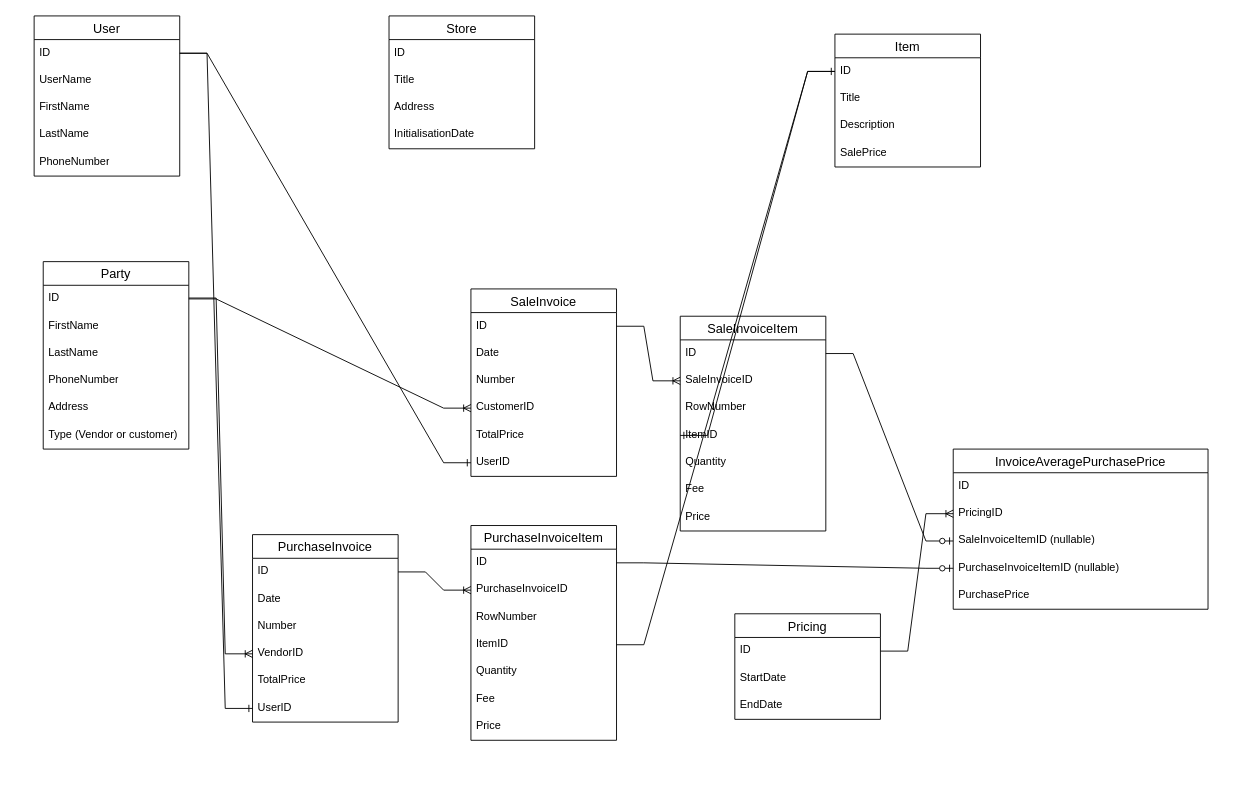
This is docs/erd.drawio from POSCrew/pos, a draw.io file, before an edit. Source tidied: cells renumbered, new cells numbered last; positions are measured from the earlier drawing's top-left corner, leaving out a move shared by most shapes. Both pictures are drawn from the tidied source at 91%, with x=0, y=0 at pixel (-139, 15).
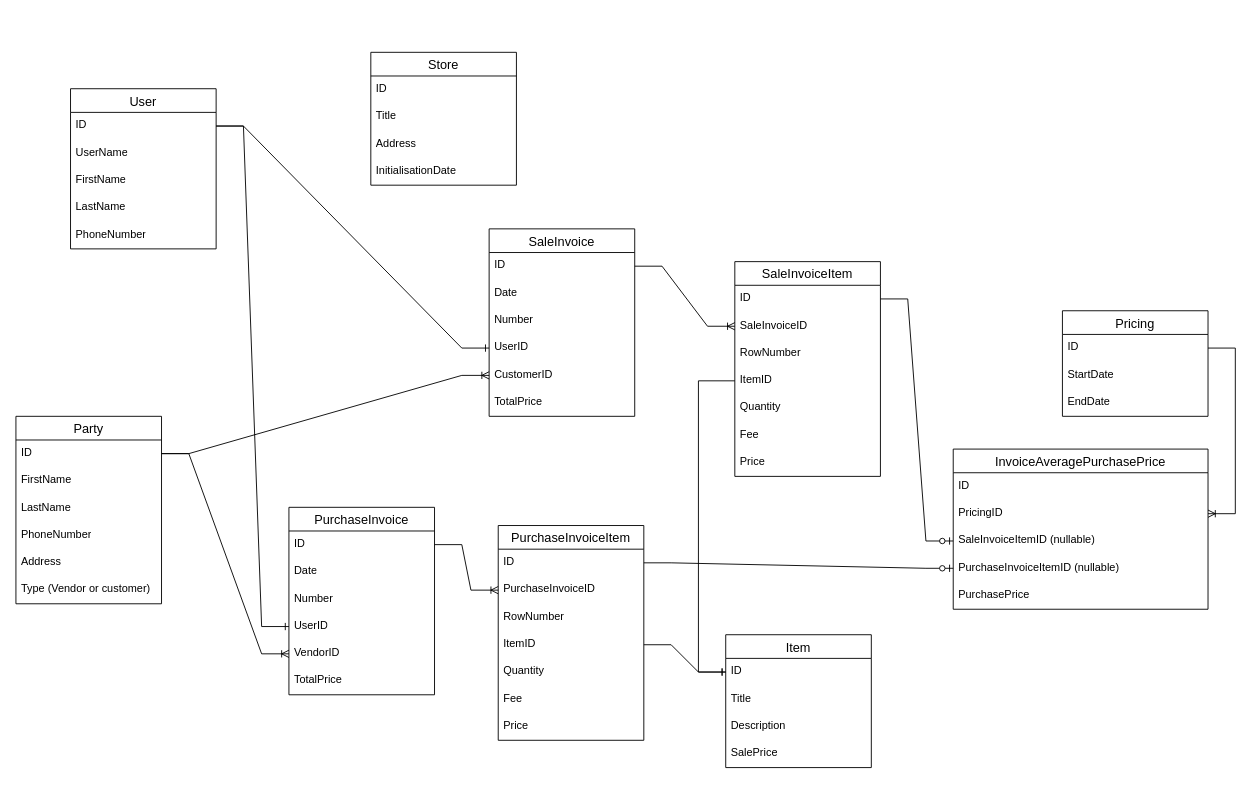
After the change.

Unchanged cells that the change refers to:
```xml
<mxCell id="14" value="ID" style="text;strokeColor=none;fillColor=none;spacingLeft=4;spacingRight=4;overflow=hidden;points=[[0,0.5],[1,0.5]];portConstraint=eastwest;fontSize=12;whiteSpace=wrap;html=1;" parent="13" vertex="1">
  <mxGeometry y="26" width="160" height="30" as="geometry" />
</mxCell>
<mxCell id="21" value="ID" style="text;strokeColor=none;fillColor=none;spacingLeft=4;spacingRight=4;overflow=hidden;points=[[0,0.5],[1,0.5]];portConstraint=eastwest;fontSize=12;whiteSpace=wrap;html=1;" parent="20" vertex="1">
  <mxGeometry y="26" width="160" height="30" as="geometry" />
</mxCell>
<mxCell id="36" value="ItemID" style="text;strokeColor=none;fillColor=none;spacingLeft=4;spacingRight=4;overflow=hidden;points=[[0,0.5],[1,0.5]];portConstraint=eastwest;fontSize=12;whiteSpace=wrap;html=1;" parent="32" vertex="1">
  <mxGeometry y="116" width="160" height="30" as="geometry" />
</mxCell>
<mxCell id="56" value="ID" style="text;strokeColor=none;fillColor=none;spacingLeft=4;spacingRight=4;overflow=hidden;points=[[0,0.5],[1,0.5]];portConstraint=eastwest;fontSize=12;whiteSpace=wrap;html=1;" parent="55" vertex="1">
  <mxGeometry y="26" width="160" height="30" as="geometry" />
</mxCell>
<mxCell id="61" value="PricingID" style="text;strokeColor=none;fillColor=none;spacingLeft=4;spacingRight=4;overflow=hidden;points=[[0,0.5],[1,0.5]];portConstraint=eastwest;fontSize=12;whiteSpace=wrap;html=1;" parent="59" vertex="1">
  <mxGeometry y="56" width="280" height="30" as="geometry" />
</mxCell>
```

The edit, as a diff of the source:
```diff
@@
     <mxCell id="2" value="User" style="swimlane;fontStyle=0;horizontal=1;startSize=26;align=center;fontSize=14;" parent="1" vertex="1">
-      <mxGeometry x="190" width="160" height="176" as="geometry" />
+      <mxGeometry x="230" y="80" width="160" height="176" as="geometry" />
     </mxCell>
@@
     <mxCell id="8" value="Store" style="swimlane;fontStyle=0;horizontal=1;startSize=26;align=center;fontSize=14;" parent="1" vertex="1">
-      <mxGeometry x="580" width="160" height="146" as="geometry" />
+      <mxGeometry x="560" y="40" width="160" height="146" as="geometry" />
     </mxCell>
@@
     <mxCell id="13" value="Party" style="swimlane;fontStyle=0;horizontal=1;startSize=26;align=center;fontSize=14;" parent="1" vertex="1">
-      <mxGeometry x="200" y="270" width="160" height="206" as="geometry" />
+      <mxGeometry x="170" y="440" width="160" height="206" as="geometry" />
     </mxCell>
@@
     <mxCell id="20" value="Item" style="swimlane;fontStyle=0;horizontal=1;startSize=26;align=center;fontSize=14;" parent="1" vertex="1">
-      <mxGeometry x="1070" y="20" width="160" height="146" as="geometry" />
+      <mxGeometry x="950" y="680" width="160" height="146" as="geometry" />
     </mxCell>
@@
     <mxCell id="25" value="SaleInvoice" style="swimlane;fontStyle=0;horizontal=1;startSize=26;align=center;fontSize=14;" parent="1" vertex="1">
-      <mxGeometry x="670" y="300" width="160" height="206" as="geometry" />
+      <mxGeometry x="690" y="234" width="160" height="206" as="geometry" />
     </mxCell>
@@
+    <mxCell id="31" value="UserID" style="text;strokeColor=none;fillColor=none;spacingLeft=4;spacingRight=4;overflow=hidden;points=[[0,0.5],[1,0.5]];portConstraint=eastwest;fontSize=12;whiteSpace=wrap;html=1;" parent="25" vertex="1">
+      <mxGeometry y="116" width="160" height="30" as="geometry" />
+    </mxCell>
     <mxCell id="29" value="CustomerID" style="text;strokeColor=none;fillColor=none;spacingLeft=4;spacingRight=4;overflow=hidden;points=[[0,0.5],[1,0.5]];portConstraint=eastwest;fontSize=12;whiteSpace=wrap;html=1;" parent="25" vertex="1">
-      <mxGeometry y="116" width="160" height="30" as="geometry" />
+      <mxGeometry y="146" width="160" height="30" as="geometry" />
     </mxCell>
     <mxCell id="30" value="TotalPrice" style="text;strokeColor=none;fillColor=none;spacingLeft=4;spacingRight=4;overflow=hidden;fontSize=12;whiteSpace=wrap;html=1;" parent="25" vertex="1">
-      <mxGeometry y="146" width="160" height="30" as="geometry" />
+      <mxGeometry y="176" width="160" height="30" as="geometry" />
     </mxCell>
-    <mxCell id="31" value="UserID" style="text;strokeColor=none;fillColor=none;spacingLeft=4;spacingRight=4;overflow=hidden;points=[[0,0.5],[1,0.5]];portConstraint=eastwest;fontSize=12;whiteSpace=wrap;html=1;" parent="25" vertex="1">
-      <mxGeometry y="176" width="160" height="30" as="geometry" />
-    </mxCell>
     <mxCell id="32" value="SaleInvoiceItem" style="swimlane;fontStyle=0;horizontal=1;startSize=26;align=center;fontSize=14;" parent="1" vertex="1">
-      <mxGeometry x="900" y="330" width="160" height="236" as="geometry" />
+      <mxGeometry x="960" y="270" width="160" height="236" as="geometry" />
     </mxCell>
@@
     <mxCell id="40" value="PurchaseInvoice" style="swimlane;fontStyle=0;horizontal=1;startSize=26;align=center;fontSize=14;" parent="1" vertex="1">
-      <mxGeometry x="430" y="570" width="160" height="206" as="geometry" />
+      <mxGeometry x="470" y="540" width="160" height="206" as="geometry" />
     </mxCell>
@@
+    <mxCell id="46" value="UserID" style="text;strokeColor=none;fillColor=none;spacingLeft=4;spacingRight=4;overflow=hidden;points=[[0,0.5],[1,0.5]];portConstraint=eastwest;fontSize=12;whiteSpace=wrap;html=1;" parent="40" vertex="1">
+      <mxGeometry y="116" width="160" height="30" as="geometry" />
+    </mxCell>
     <mxCell id="44" value="Vendor&lt;span style=&quot;background-color: initial;&quot;&gt;ID&lt;/span&gt;" style="text;strokeColor=none;fillColor=none;spacingLeft=4;spacingRight=4;overflow=hidden;points=[[0,0.5],[1,0.5]];portConstraint=eastwest;fontSize=12;whiteSpace=wrap;html=1;" parent="40" vertex="1">
-      <mxGeometry y="116" width="160" height="30" as="geometry" />
+      <mxGeometry y="146" width="160" height="30" as="geometry" />
     </mxCell>
     <mxCell id="45" value="TotalPrice" style="text;strokeColor=none;fillColor=none;spacingLeft=4;spacingRight=4;overflow=hidden;fontSize=12;whiteSpace=wrap;html=1;" parent="40" vertex="1">
-      <mxGeometry y="146" width="160" height="30" as="geometry" />
+      <mxGeometry y="176" width="160" height="30" as="geometry" />
     </mxCell>
-    <mxCell id="46" value="UserID" style="text;strokeColor=none;fillColor=none;spacingLeft=4;spacingRight=4;overflow=hidden;points=[[0,0.5],[1,0.5]];portConstraint=eastwest;fontSize=12;whiteSpace=wrap;html=1;" parent="40" vertex="1">
-      <mxGeometry y="176" width="160" height="30" as="geometry" />
-    </mxCell>
     <mxCell id="47" value="PurchaseInvoiceItem" style="swimlane;fontStyle=0;horizontal=1;startSize=26;align=center;fontSize=14;" parent="1" vertex="1">
-      <mxGeometry x="670" y="560" width="160" height="236" as="geometry" />
+      <mxGeometry x="700" y="560" width="160" height="236" as="geometry" />
     </mxCell>
@@
     <mxCell id="55" value="Pricing" style="swimlane;fontStyle=0;horizontal=1;startSize=26;align=center;fontSize=14;" parent="1" vertex="1">
-      <mxGeometry x="960" y="657" width="160" height="116" as="geometry" />
+      <mxGeometry x="1320" y="324" width="160" height="116" as="geometry" />
     </mxCell>
@@
-    <mxCell id="66" style="edgeStyle=entityRelationEdgeStyle;fontSize=12;html=1;endArrow=ERoneToMany;rounded=0;entryX=0;entryY=0.5;entryDx=0;entryDy=0;" parent="1" edge="1" target="44">
+    <mxCell id="66" style="edgeStyle=entityRelationEdgeStyle;fontSize=12;html=1;endArrow=ERoneToMany;rounded=0;entryX=0;entryY=0.5;entryDx=0;entryDy=0;exitX=1;exitY=0.5;exitDx=0;exitDy=0;" parent="1" edge="1" source="14" target="44">
       <mxGeometry relative="1" as="geometry">
-        <mxPoint x="360" y="310" as="sourcePoint" />
         <Array as="points">
           <mxPoint x="130" y="330" />
           <mxPoint x="380" y="380" />
           <mxPoint x="410" y="380" />
           <mxPoint x="470" y="450" />
           <mxPoint y="320" />
         </Array>
       </mxGeometry>
     </mxCell>
-    <mxCell id="67" style="edgeStyle=entityRelationEdgeStyle;fontSize=12;html=1;endArrow=ERone;endFill=1;rounded=0;entryX=0;entryY=0.5;entryDx=0;entryDy=0;exitX=0;exitY=0.5;exitDx=0;exitDy=0;" parent="1" edge="1" source="21" target="36">
-      <mxGeometry relative="1" as="geometry">
-        <Array as="points">
-          <mxPoint x="860" y="440" />
-          <mxPoint x="880" y="270" />
-          <mxPoint x="870" y="260" />
-        </Array>
-      </mxGeometry>
-    </mxCell>
@@
-    <mxCell id="71" style="edgeStyle=entityRelationEdgeStyle;fontSize=12;html=1;endArrow=ERoneToMany;rounded=0;entryX=0;entryY=0.5;entryDx=0;entryDy=0;exitX=1;exitY=0.5;exitDx=0;exitDy=0;" parent="1" edge="1" source="56" target="61">
+    <mxCell id="71" style="edgeStyle=entityRelationEdgeStyle;fontSize=12;html=1;endArrow=ERoneToMany;rounded=0;entryX=1;entryY=0.5;entryDx=0;entryDy=0;exitX=1;exitY=0.5;exitDx=0;exitDy=0;" parent="1" edge="1" source="56" target="61">
       <mxGeometry relative="1" as="geometry" />
     </mxCell>
@@
+    <mxCell id="76" style="edgeStyle=elbowEdgeStyle;fontSize=12;html=1;endArrow=ERone;endFill=1;rounded=0;exitX=0;exitY=0.5;exitDx=0;exitDy=0;entryX=0;entryY=0.5;entryDx=0;entryDy=0;" parent="1" edge="1" source="36" target="21">
+      <mxGeometry relative="1" as="geometry">
+        <Array as="points">
+          <mxPoint x="920" y="560" />
+        </Array>
+      </mxGeometry>
+    </mxCell>
```
